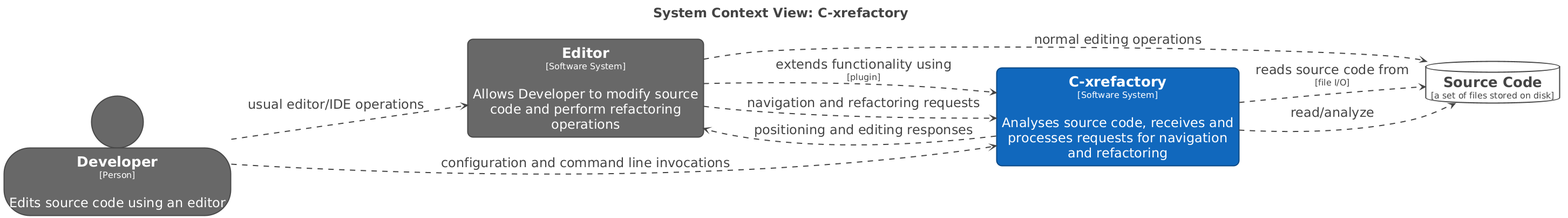
This is SystemContext.png from thoni56/c-xrefactory, a PlantUML export, as it was before one commit.
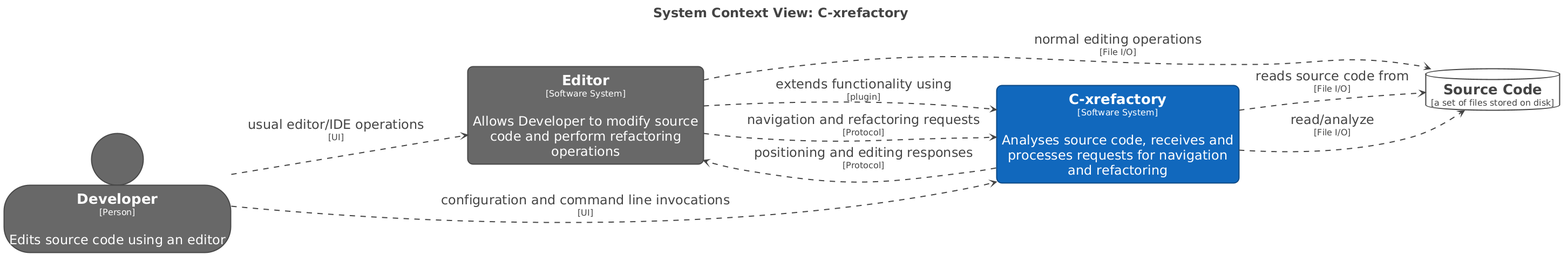
The same file after the commit.

Change to the diagram source:
```diff
@@ -78,12 +78,12 @@
 rectangle "==C-xrefactory\n<size:16>[Software System]</size>\n\nAnalyses source code, receives and processes requests for navigation and refactoring" <<Element-RWxlbWVudCxTb2Z0d2FyZSBTeXN0ZW0=>> as Cxrefactory
 
 Editor --> Cxrefactory <<Relationship-UmVsYXRpb25zaGlw>> : "extends functionality using\n<size:16>[plugin]</size>"
-Cxrefactory --> 3 <<Relationship-UmVsYXRpb25zaGlw>> : "reads source code from\n<size:16>[file I/O]</size>"
-Developer --> Editor <<Relationship-UmVsYXRpb25zaGlw>> : "usual editor/IDE operations"
-Developer --> Cxrefactory <<Relationship-UmVsYXRpb25zaGlw>> : "configuration and command line invocations"
-Editor --> 3 <<Relationship-UmVsYXRpb25zaGlw>> : "normal editing operations"
-Editor --> Cxrefactory <<Relationship-UmVsYXRpb25zaGlw>> : "navigation and refactoring requests"
-Cxrefactory --> Editor <<Relationship-UmVsYXRpb25zaGlw>> : "positioning and editing responses"
-Cxrefactory --> 3 <<Relationship-UmVsYXRpb25zaGlw>> : "read/analyze"
+Cxrefactory --> 3 <<Relationship-UmVsYXRpb25zaGlw>> : "reads source code from\n<size:16>[File I/O]</size>"
+Developer --> Editor <<Relationship-UmVsYXRpb25zaGlw>> : "usual editor/IDE operations\n<size:16>[UI]</size>"
+Developer --> Cxrefactory <<Relationship-UmVsYXRpb25zaGlw>> : "configuration and command line invocations\n<size:16>[UI]</size>"
+Editor --> 3 <<Relationship-UmVsYXRpb25zaGlw>> : "normal editing operations\n<size:16>[File I/O]</size>"
+Editor --> Cxrefactory <<Relationship-UmVsYXRpb25zaGlw>> : "navigation and refactoring requests\n<size:16>[Protocol]</size>"
+Cxrefactory --> Editor <<Relationship-UmVsYXRpb25zaGlw>> : "positioning and editing responses\n<size:16>[Protocol]</size>"
+Cxrefactory --> 3 <<Relationship-UmVsYXRpb25zaGlw>> : "read/analyze\n<size:16>[File I/O]</size>"
 
 @enduml
```
